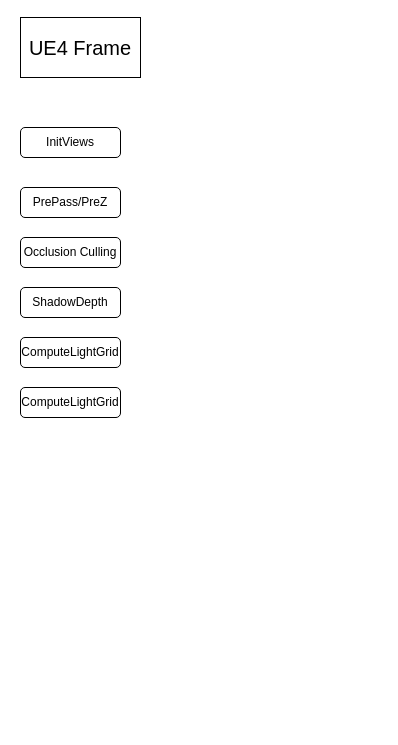
Above: UE4Gram.drawio in cedarz/UE4Gram (draw.io), before the change. Source tidied: cells renumbered, new cells numbered last; positions are measured from the earlier drawing's top-left corner, leaving out a move shared by most shapes. Both pictures are drawn from the tidied source at 100%, with x=0, y=0 at pixel (20, 17).
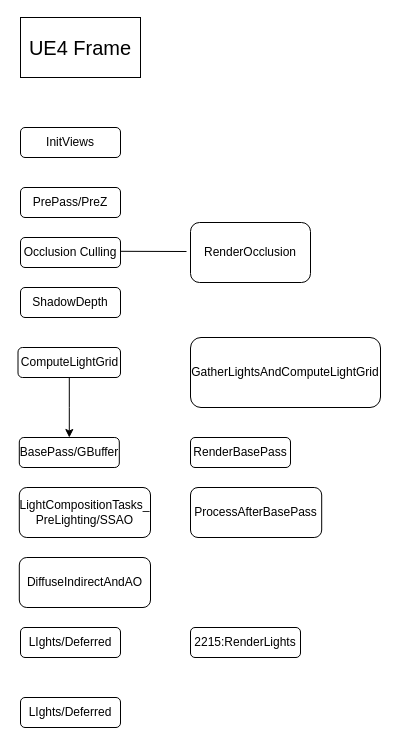
The same page after the edit.

What changed in the source:
```diff
@@
+    <mxCell id="9" style="edgeStyle=orthogonalEdgeStyle;rounded=0;jettySize=auto;html=1;" parent="1" edge="1" source="7" target="8">
+      <mxGeometry relative="1" as="geometry" />
+    </mxCell>
     <mxCell id="7" value="ComputeLightGrid" style="rounded=1;whiteSpace=wrap;html=1;" parent="1" vertex="1">
-      <mxGeometry y="320" width="100" height="30" as="geometry" />
+      <mxGeometry x="-2.5" y="330" width="102.5" height="30" as="geometry" />
     </mxCell>
-    <mxCell id="8" value="ComputeLightGrid" style="rounded=1;whiteSpace=wrap;html=1;" parent="1" vertex="1">
-      <mxGeometry y="370" width="100" height="30" as="geometry" />
+    <mxCell id="8" value="BasePass/GBuffer" style="rounded=1;whiteSpace=wrap;html=1;" parent="1" vertex="1">
+      <mxGeometry x="-1.2" y="420" width="100" height="30" as="geometry" />
     </mxCell>
+    <mxCell id="10" value="RenderOcclusion" style="whiteSpace=wrap;html=1;rounded=1;" parent="1" vertex="1">
+      <mxGeometry x="170" y="205" width="120" height="60" as="geometry" />
+    </mxCell>
+    <mxCell id="11" style="endArrow=none;html=1;rounded=0;" parent="1" edge="1">
+      <mxGeometry relative="1" as="geometry">
+        <mxPoint x="100" y="233.8" as="sourcePoint" />
+        <mxPoint x="166" y="234" as="targetPoint" />
+      </mxGeometry>
+    </mxCell>
+    <mxCell id="12" value="GatherLightsAndComputeLightGrid" style="whiteSpace=wrap;html=1;rounded=1;" parent="1" vertex="1">
+      <mxGeometry x="170" y="320" width="190" height="70" as="geometry" />
+    </mxCell>
+    <mxCell id="13" value="LIghts/Deferred" style="rounded=1;whiteSpace=wrap;html=1;" parent="1" vertex="1">
+      <mxGeometry y="610" width="100" height="30" as="geometry" />
+    </mxCell>
+    <mxCell id="14" value="LightCompositionTasks_&lt;br&gt;PreLighting/SSAO" style="rounded=1;whiteSpace=wrap;html=1;" parent="1" vertex="1">
+      <mxGeometry x="-1.2" y="470" width="131.2" height="50" as="geometry" />
+    </mxCell>
+    <mxCell id="15" value="ProcessAfterBasePass" style="rounded=1;whiteSpace=wrap;html=1;" parent="1" vertex="1">
+      <mxGeometry x="170" y="470" width="131.2" height="50" as="geometry" />
+    </mxCell>
+    <mxCell id="16" value="RenderBasePass" style="rounded=1;whiteSpace=wrap;html=1;" parent="1" vertex="1">
+      <mxGeometry x="170" y="420" width="100" height="30" as="geometry" />
+    </mxCell>
+    <mxCell id="17" value="LIghts/Deferred" style="rounded=1;whiteSpace=wrap;html=1;" parent="1" vertex="1">
+      <mxGeometry y="680" width="100" height="30" as="geometry" />
+    </mxCell>
+    <mxCell id="18" value="DiffuseIndirectAndAO" style="rounded=1;whiteSpace=wrap;html=1;" parent="1" vertex="1">
+      <mxGeometry x="-1.2" y="540" width="131.2" height="50" as="geometry" />
+    </mxCell>
+    <mxCell id="19" value="2215:RenderLights" style="rounded=1;whiteSpace=wrap;html=1;" parent="1" vertex="1">
+      <mxGeometry x="170" y="610" width="110" height="30" as="geometry" />
+    </mxCell>
```
